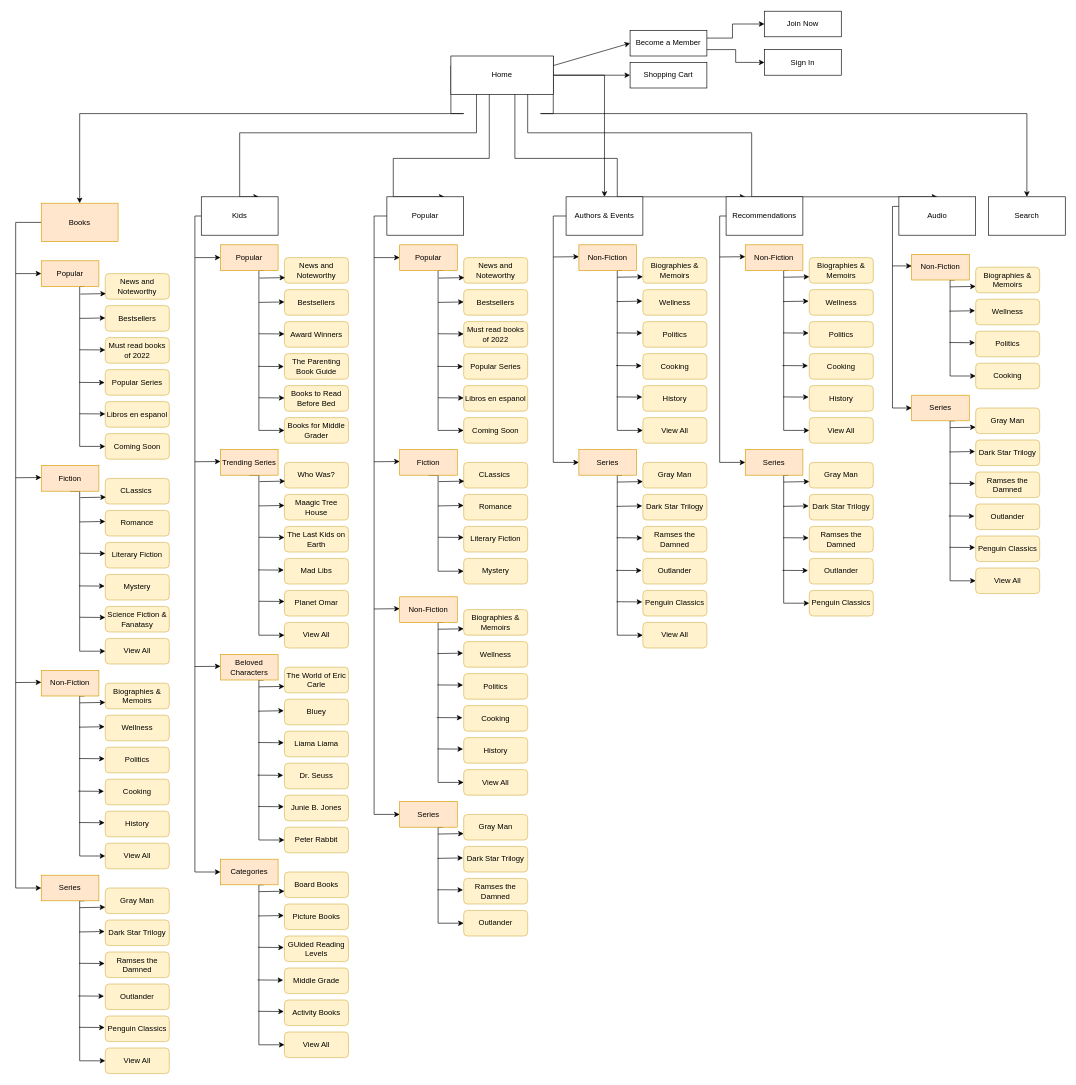
The draw.io diagram Untitled Diagram.drawio in arshdeepkaurrangi/Documentation, before the edit. Source tidied: cells renumbered, new cells numbered last; positions are measured from the earlier drawing's top-left corner, leaving out a move shared by most shapes. Both pictures are drawn from the tidied source at 64%, with x=0, y=0 at pixel (15, 11).
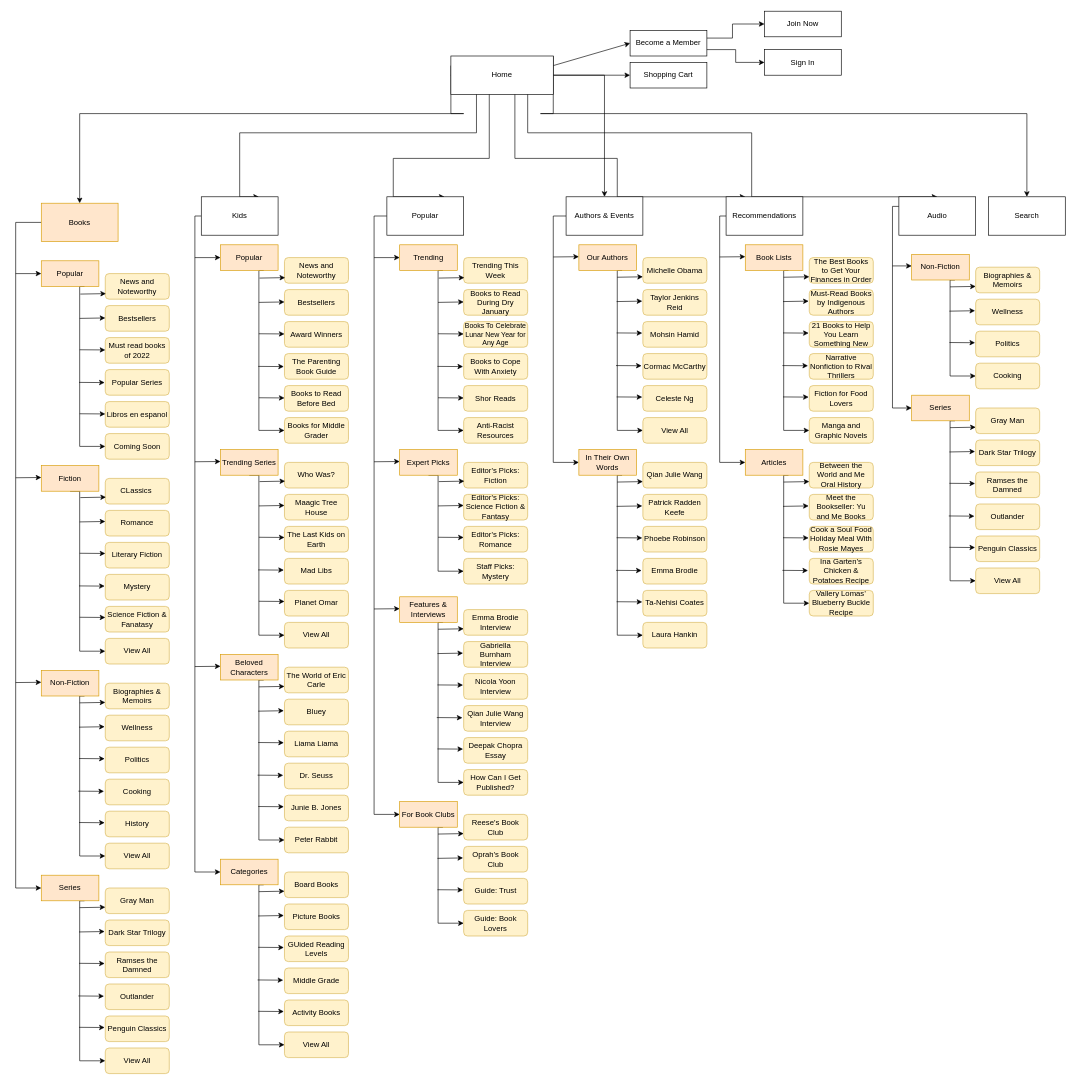
The same diagram, later.

What changed in the source:
```diff
@@
-    <mxCell id="142" value="Popular" style="rounded=0;whiteSpace=wrap;html=1;fillColor=#ffe6cc;strokeColor=#d79b00;" parent="1" vertex="1">
+    <mxCell id="142" value="Trending" style="rounded=0;whiteSpace=wrap;html=1;fillColor=#ffe6cc;strokeColor=#d79b00;" parent="1" vertex="1">
       <mxGeometry x="600" y="365" width="90" height="40" as="geometry" />
     </mxCell>
@@
-    <mxCell id="144" value="Fiction" style="rounded=0;whiteSpace=wrap;html=1;fillColor=#ffe6cc;strokeColor=#d79b00;" parent="1" vertex="1">
+    <mxCell id="144" value="Expert Picks" style="rounded=0;whiteSpace=wrap;html=1;fillColor=#ffe6cc;strokeColor=#d79b00;" parent="1" vertex="1">
       <mxGeometry x="600" y="685" width="90" height="40" as="geometry" />
     </mxCell>
@@
-    <mxCell id="146" value="Non-Fiction" style="rounded=0;whiteSpace=wrap;html=1;fillColor=#ffe6cc;strokeColor=#d79b00;" parent="1" vertex="1">
+    <mxCell id="146" value="&lt;div&gt;Features &amp;amp; Interviews&lt;/div&gt;" style="rounded=0;whiteSpace=wrap;html=1;fillColor=#ffe6cc;strokeColor=#d79b00;" parent="1" vertex="1">
       <mxGeometry x="600" y="915" width="90" height="40" as="geometry" />
     </mxCell>
-    <mxCell id="147" value="News and Noteworthy" style="rounded=1;whiteSpace=wrap;html=1;fillColor=#fff2cc;strokeColor=#d6b656;" parent="1" vertex="1">
+    <mxCell id="147" value="Trending This Week" style="rounded=1;whiteSpace=wrap;html=1;fillColor=#fff2cc;strokeColor=#d6b656;" parent="1" vertex="1">
       <mxGeometry x="700" y="385" width="100" height="40" as="geometry" />
     </mxCell>
-    <mxCell id="148" value="Bestsellers" style="rounded=1;whiteSpace=wrap;html=1;fillColor=#fff2cc;strokeColor=#d6b656;" parent="1" vertex="1">
+    <mxCell id="148" value="&lt;div&gt;Books to Read During Dry January&lt;/div&gt;" style="rounded=1;whiteSpace=wrap;html=1;fillColor=#fff2cc;strokeColor=#d6b656;" parent="1" vertex="1">
       <mxGeometry x="700" y="435" width="100" height="40" as="geometry" />
     </mxCell>
-    <mxCell id="149" value="Must read books of 2022" style="rounded=1;whiteSpace=wrap;html=1;fillColor=#fff2cc;strokeColor=#d6b656;" parent="1" vertex="1">
+    <mxCell id="149" value="&lt;div style=&quot;font-size: 11px;&quot;&gt;&lt;font style=&quot;font-size: 11px;&quot;&gt;Books To Celebrate Lunar New Year for Any Age&lt;/font&gt;&lt;/div&gt;" style="rounded=1;whiteSpace=wrap;html=1;fillColor=#fff2cc;strokeColor=#d6b656;" parent="1" vertex="1">
       <mxGeometry x="700" y="485" width="100" height="40" as="geometry" />
     </mxCell>
-    <mxCell id="150" value="Popular Series" style="rounded=1;whiteSpace=wrap;html=1;fillColor=#fff2cc;strokeColor=#d6b656;" parent="1" vertex="1">
+    <mxCell id="150" value="&lt;div&gt;Books to Cope With Anxiety&lt;/div&gt;" style="rounded=1;whiteSpace=wrap;html=1;fillColor=#fff2cc;strokeColor=#d6b656;" parent="1" vertex="1">
       <mxGeometry x="700" y="535" width="100" height="40" as="geometry" />
     </mxCell>
-    <mxCell id="151" value="Libros en espanol" style="rounded=1;whiteSpace=wrap;html=1;fillColor=#fff2cc;strokeColor=#d6b656;" parent="1" vertex="1">
+    <mxCell id="151" value="Shor Reads" style="rounded=1;whiteSpace=wrap;html=1;fillColor=#fff2cc;strokeColor=#d6b656;" parent="1" vertex="1">
       <mxGeometry x="700" y="585" width="100" height="40" as="geometry" />
     </mxCell>
-    <mxCell id="152" value="Coming Soon" style="rounded=1;whiteSpace=wrap;html=1;fillColor=#fff2cc;strokeColor=#d6b656;" parent="1" vertex="1">
+    <mxCell id="152" value="Anti-Racist Resources" style="rounded=1;whiteSpace=wrap;html=1;fillColor=#fff2cc;strokeColor=#d6b656;" parent="1" vertex="1">
       <mxGeometry x="700" y="635" width="100" height="40" as="geometry" />
     </mxCell>
-    <mxCell id="153" value="CLassics&lt;span style=&quot;white-space: pre;&quot;&gt; &lt;/span&gt;" style="rounded=1;whiteSpace=wrap;html=1;fillColor=#fff2cc;strokeColor=#d6b656;" parent="1" vertex="1">
+    <mxCell id="153" value="&lt;div&gt;Editor's Picks: Fiction&lt;/div&gt;" style="rounded=1;whiteSpace=wrap;html=1;fillColor=#fff2cc;strokeColor=#d6b656;" parent="1" vertex="1">
       <mxGeometry x="700" y="705" width="100" height="40" as="geometry" />
     </mxCell>
-    <mxCell id="154" value="Romance" style="rounded=1;whiteSpace=wrap;html=1;fillColor=#fff2cc;strokeColor=#d6b656;" parent="1" vertex="1">
+    <mxCell id="154" value="&lt;div&gt;Editor's Picks: Science Fiction &amp;amp; Fantasy&lt;/div&gt;" style="rounded=1;whiteSpace=wrap;html=1;fillColor=#fff2cc;strokeColor=#d6b656;" parent="1" vertex="1">
       <mxGeometry x="700" y="755" width="100" height="40" as="geometry" />
     </mxCell>
-    <mxCell id="155" value="Literary Fiction" style="rounded=1;whiteSpace=wrap;html=1;fillColor=#fff2cc;strokeColor=#d6b656;" parent="1" vertex="1">
+    <mxCell id="155" value="&lt;div&gt;Editor's Picks: Romance&lt;/div&gt;" style="rounded=1;whiteSpace=wrap;html=1;fillColor=#fff2cc;strokeColor=#d6b656;" parent="1" vertex="1">
       <mxGeometry x="700" y="805" width="100" height="40" as="geometry" />
     </mxCell>
-    <mxCell id="156" value="Mystery" style="rounded=1;whiteSpace=wrap;html=1;fillColor=#fff2cc;strokeColor=#d6b656;" parent="1" vertex="1">
+    <mxCell id="156" value="Staff Picks: Mystery" style="rounded=1;whiteSpace=wrap;html=1;fillColor=#fff2cc;strokeColor=#d6b656;" parent="1" vertex="1">
       <mxGeometry x="700" y="855" width="100" height="40" as="geometry" />
     </mxCell>
@@
-    <mxCell id="158" value="Series" style="rounded=0;whiteSpace=wrap;html=1;fillColor=#ffe6cc;strokeColor=#d79b00;" parent="1" vertex="1">
+    <mxCell id="158" value="For Book Clubs" style="rounded=0;whiteSpace=wrap;html=1;fillColor=#ffe6cc;strokeColor=#d79b00;" parent="1" vertex="1">
       <mxGeometry x="600" y="1235" width="90" height="40" as="geometry" />
     </mxCell>
-    <mxCell id="159" value="Gray Man" style="rounded=1;whiteSpace=wrap;html=1;fillColor=#fff2cc;strokeColor=#d6b656;" parent="1" vertex="1">
+    <mxCell id="159" value="&lt;div&gt;Reese's Book Club&lt;/div&gt;" style="rounded=1;whiteSpace=wrap;html=1;fillColor=#fff2cc;strokeColor=#d6b656;" parent="1" vertex="1">
       <mxGeometry x="700" y="1255" width="100" height="40" as="geometry" />
     </mxCell>
-    <mxCell id="160" value="Dark Star Trilogy" style="rounded=1;whiteSpace=wrap;html=1;fillColor=#fff2cc;strokeColor=#d6b656;" parent="1" vertex="1">
+    <mxCell id="160" value="&lt;div&gt;Oprah’s Book Club&lt;/div&gt;" style="rounded=1;whiteSpace=wrap;html=1;fillColor=#fff2cc;strokeColor=#d6b656;" parent="1" vertex="1">
       <mxGeometry x="700" y="1305" width="100" height="40" as="geometry" />
     </mxCell>
-    <mxCell id="161" value="Ramses the Damned" style="rounded=1;whiteSpace=wrap;html=1;fillColor=#fff2cc;strokeColor=#d6b656;" parent="1" vertex="1">
+    <mxCell id="161" value="&lt;div&gt;Guide: Trust&lt;/div&gt;" style="rounded=1;whiteSpace=wrap;html=1;fillColor=#fff2cc;strokeColor=#d6b656;" parent="1" vertex="1">
       <mxGeometry x="700" y="1355" width="100" height="40" as="geometry" />
     </mxCell>
-    <mxCell id="162" value="Outlander" style="rounded=1;whiteSpace=wrap;html=1;fillColor=#fff2cc;strokeColor=#d6b656;" parent="1" vertex="1">
+    <mxCell id="162" value="Guide: Book Lovers" style="rounded=1;whiteSpace=wrap;html=1;fillColor=#fff2cc;strokeColor=#d6b656;" parent="1" vertex="1">
       <mxGeometry x="700" y="1405" width="100" height="40" as="geometry" />
     </mxCell>
-    <mxCell id="163" value="Biographies &amp;amp; Memoirs" style="rounded=1;whiteSpace=wrap;html=1;fillColor=#fff2cc;strokeColor=#d6b656;" parent="1" vertex="1">
+    <mxCell id="163" value="&lt;div&gt;Emma Brodie Interview&lt;/div&gt;" style="rounded=1;whiteSpace=wrap;html=1;fillColor=#fff2cc;strokeColor=#d6b656;" parent="1" vertex="1">
       <mxGeometry x="700" y="935" width="100" height="40" as="geometry" />
     </mxCell>
-    <mxCell id="164" value="Wellness" style="rounded=1;whiteSpace=wrap;html=1;fillColor=#fff2cc;strokeColor=#d6b656;" parent="1" vertex="1">
+    <mxCell id="164" value="&lt;div&gt;Gabriella Burnham Interview&lt;/div&gt;" style="rounded=1;whiteSpace=wrap;html=1;fillColor=#fff2cc;strokeColor=#d6b656;" parent="1" vertex="1">
       <mxGeometry x="700" y="985" width="100" height="40" as="geometry" />
     </mxCell>
-    <mxCell id="165" value="Politics" style="rounded=1;whiteSpace=wrap;html=1;fillColor=#fff2cc;strokeColor=#d6b656;" parent="1" vertex="1">
+    <mxCell id="165" value="&lt;div&gt;Nicola Yoon Interview&lt;/div&gt;" style="rounded=1;whiteSpace=wrap;html=1;fillColor=#fff2cc;strokeColor=#d6b656;" parent="1" vertex="1">
       <mxGeometry x="700" y="1035" width="100" height="40" as="geometry" />
     </mxCell>
-    <mxCell id="166" value="Cooking" style="rounded=1;whiteSpace=wrap;html=1;fillColor=#fff2cc;strokeColor=#d6b656;" parent="1" vertex="1">
+    <mxCell id="166" value="&lt;div&gt;Qian Julie Wang Interview&lt;/div&gt;" style="rounded=1;whiteSpace=wrap;html=1;fillColor=#fff2cc;strokeColor=#d6b656;" parent="1" vertex="1">
       <mxGeometry x="700" y="1085" width="100" height="40" as="geometry" />
     </mxCell>
-    <mxCell id="167" value="History" style="rounded=1;whiteSpace=wrap;html=1;fillColor=#fff2cc;strokeColor=#d6b656;" parent="1" vertex="1">
+    <mxCell id="167" value="&lt;div&gt;Deepak Chopra Essay&lt;/div&gt;" style="rounded=1;whiteSpace=wrap;html=1;fillColor=#fff2cc;strokeColor=#d6b656;" parent="1" vertex="1">
       <mxGeometry x="700" y="1135" width="100" height="40" as="geometry" />
     </mxCell>
-    <mxCell id="168" value="View All" style="rounded=1;whiteSpace=wrap;html=1;fillColor=#fff2cc;strokeColor=#d6b656;" parent="1" vertex="1">
+    <mxCell id="168" value="How Can I Get Published?" style="rounded=1;whiteSpace=wrap;html=1;fillColor=#fff2cc;strokeColor=#d6b656;" parent="1" vertex="1">
       <mxGeometry x="700" y="1185" width="100" height="40" as="geometry" />
     </mxCell>
@@
-    <mxCell id="189" value="Non-Fiction" style="rounded=0;whiteSpace=wrap;html=1;fillColor=#ffe6cc;strokeColor=#d79b00;" parent="1" vertex="1">
+    <mxCell id="189" value="Our Authors" style="rounded=0;whiteSpace=wrap;html=1;fillColor=#ffe6cc;strokeColor=#d79b00;" parent="1" vertex="1">
       <mxGeometry x="880" y="365" width="90" height="40" as="geometry" />
     </mxCell>
@@
-    <mxCell id="191" value="Series" style="rounded=0;whiteSpace=wrap;html=1;fillColor=#ffe6cc;strokeColor=#d79b00;" parent="1" vertex="1">
+    <mxCell id="191" value="In Their Own Words" style="rounded=0;whiteSpace=wrap;html=1;fillColor=#ffe6cc;strokeColor=#d79b00;" parent="1" vertex="1">
       <mxGeometry x="880" y="685" width="90" height="40" as="geometry" />
     </mxCell>
-    <mxCell id="192" value="Gray Man" style="rounded=1;whiteSpace=wrap;html=1;fillColor=#fff2cc;strokeColor=#d6b656;" parent="1" vertex="1">
+    <mxCell id="192" value="&lt;div&gt;Qian Julie Wang&lt;/div&gt;" style="rounded=1;whiteSpace=wrap;html=1;fillColor=#fff2cc;strokeColor=#d6b656;" parent="1" vertex="1">
       <mxGeometry x="980" y="705" width="100" height="40" as="geometry" />
     </mxCell>
-    <mxCell id="193" value="Dark Star Trilogy" style="rounded=1;whiteSpace=wrap;html=1;fillColor=#fff2cc;strokeColor=#d6b656;" parent="1" vertex="1">
+    <mxCell id="193" value="&lt;div&gt;Patrick Radden Keefe&lt;/div&gt;" style="rounded=1;whiteSpace=wrap;html=1;fillColor=#fff2cc;strokeColor=#d6b656;" parent="1" vertex="1">
       <mxGeometry x="980" y="755" width="100" height="40" as="geometry" />
     </mxCell>
-    <mxCell id="194" value="Ramses the Damned" style="rounded=1;whiteSpace=wrap;html=1;fillColor=#fff2cc;strokeColor=#d6b656;" parent="1" vertex="1">
+    <mxCell id="194" value="&lt;div&gt;Phoebe Robinson&lt;/div&gt;" style="rounded=1;whiteSpace=wrap;html=1;fillColor=#fff2cc;strokeColor=#d6b656;" parent="1" vertex="1">
       <mxGeometry x="980" y="805" width="100" height="40" as="geometry" />
     </mxCell>
-    <mxCell id="195" value="Outlander" style="rounded=1;whiteSpace=wrap;html=1;fillColor=#fff2cc;strokeColor=#d6b656;" parent="1" vertex="1">
+    <mxCell id="195" value="&lt;div&gt;Emma Brodie&lt;/div&gt;" style="rounded=1;whiteSpace=wrap;html=1;fillColor=#fff2cc;strokeColor=#d6b656;" parent="1" vertex="1">
       <mxGeometry x="980" y="855" width="100" height="40" as="geometry" />
     </mxCell>
-    <mxCell id="196" value="Penguin Classics" style="rounded=1;whiteSpace=wrap;html=1;fillColor=#fff2cc;strokeColor=#d6b656;" parent="1" vertex="1">
+    <mxCell id="196" value="&lt;div&gt;Ta-Nehisi Coates&lt;/div&gt;" style="rounded=1;whiteSpace=wrap;html=1;fillColor=#fff2cc;strokeColor=#d6b656;" parent="1" vertex="1">
       <mxGeometry x="980" y="905" width="100" height="40" as="geometry" />
     </mxCell>
-    <mxCell id="197" value="View All" style="rounded=1;whiteSpace=wrap;html=1;fillColor=#fff2cc;strokeColor=#d6b656;" parent="1" vertex="1">
+    <mxCell id="197" value="Laura Hankin" style="rounded=1;whiteSpace=wrap;html=1;fillColor=#fff2cc;strokeColor=#d6b656;" parent="1" vertex="1">
       <mxGeometry x="980" y="955" width="100" height="40" as="geometry" />
     </mxCell>
-    <mxCell id="198" value="Biographies &amp;amp; Memoirs" style="rounded=1;whiteSpace=wrap;html=1;fillColor=#fff2cc;strokeColor=#d6b656;" parent="1" vertex="1">
+    <mxCell id="198" value="&lt;div&gt;Michelle Obama&lt;/div&gt;" style="rounded=1;whiteSpace=wrap;html=1;fillColor=#fff2cc;strokeColor=#d6b656;" parent="1" vertex="1">
       <mxGeometry x="980" y="385" width="100" height="40" as="geometry" />
     </mxCell>
-    <mxCell id="199" value="Wellness" style="rounded=1;whiteSpace=wrap;html=1;fillColor=#fff2cc;strokeColor=#d6b656;" parent="1" vertex="1">
+    <mxCell id="199" value="&lt;div&gt;Taylor Jenkins Reid&lt;/div&gt;" style="rounded=1;whiteSpace=wrap;html=1;fillColor=#fff2cc;strokeColor=#d6b656;" parent="1" vertex="1">
       <mxGeometry x="980" y="435" width="100" height="40" as="geometry" />
     </mxCell>
-    <mxCell id="200" value="Politics" style="rounded=1;whiteSpace=wrap;html=1;fillColor=#fff2cc;strokeColor=#d6b656;" parent="1" vertex="1">
+    <mxCell id="200" value="&lt;div&gt;Mohsin Hamid&lt;/div&gt;" style="rounded=1;whiteSpace=wrap;html=1;fillColor=#fff2cc;strokeColor=#d6b656;" parent="1" vertex="1">
       <mxGeometry x="980" y="485" width="100" height="40" as="geometry" />
     </mxCell>
-    <mxCell id="201" value="Cooking" style="rounded=1;whiteSpace=wrap;html=1;fillColor=#fff2cc;strokeColor=#d6b656;" parent="1" vertex="1">
+    <mxCell id="201" value="&lt;div&gt;Cormac McCarthy&lt;/div&gt;" style="rounded=1;whiteSpace=wrap;html=1;fillColor=#fff2cc;strokeColor=#d6b656;" parent="1" vertex="1">
       <mxGeometry x="980" y="535" width="100" height="40" as="geometry" />
     </mxCell>
-    <mxCell id="202" value="History" style="rounded=1;whiteSpace=wrap;html=1;fillColor=#fff2cc;strokeColor=#d6b656;" parent="1" vertex="1">
+    <mxCell id="202" value="&lt;div&gt;Celeste Ng&lt;/div&gt;" style="rounded=1;whiteSpace=wrap;html=1;fillColor=#fff2cc;strokeColor=#d6b656;" parent="1" vertex="1">
       <mxGeometry x="980" y="585" width="100" height="40" as="geometry" />
     </mxCell>
@@
-    <mxCell id="216" value="Non-Fiction" style="rounded=0;whiteSpace=wrap;html=1;fillColor=#ffe6cc;strokeColor=#d79b00;" parent="1" vertex="1">
+    <mxCell id="216" value="Book Lists" style="rounded=0;whiteSpace=wrap;html=1;fillColor=#ffe6cc;strokeColor=#d79b00;" parent="1" vertex="1">
       <mxGeometry x="1140" y="365" width="90" height="40" as="geometry" />
     </mxCell>
@@
-    <mxCell id="218" value="Series" style="rounded=0;whiteSpace=wrap;html=1;fillColor=#ffe6cc;strokeColor=#d79b00;" parent="1" vertex="1">
+    <mxCell id="218" value="Articles" style="rounded=0;whiteSpace=wrap;html=1;fillColor=#ffe6cc;strokeColor=#d79b00;" parent="1" vertex="1">
       <mxGeometry x="1140" y="685" width="90" height="40" as="geometry" />
     </mxCell>
-    <mxCell id="219" value="Gray Man" style="rounded=1;whiteSpace=wrap;html=1;fillColor=#fff2cc;strokeColor=#d6b656;" parent="1" vertex="1">
+    <mxCell id="219" value="&lt;div&gt;Between the World and Me Oral History&lt;/div&gt;" style="rounded=1;whiteSpace=wrap;html=1;fillColor=#fff2cc;strokeColor=#d6b656;" parent="1" vertex="1">
       <mxGeometry x="1240" y="705" width="100" height="40" as="geometry" />
     </mxCell>
-    <mxCell id="220" value="Dark Star Trilogy" style="rounded=1;whiteSpace=wrap;html=1;fillColor=#fff2cc;strokeColor=#d6b656;" parent="1" vertex="1">
+    <mxCell id="220" value="&lt;div&gt;Meet the Bookseller: Yu and Me Books&lt;/div&gt;" style="rounded=1;whiteSpace=wrap;html=1;fillColor=#fff2cc;strokeColor=#d6b656;" parent="1" vertex="1">
       <mxGeometry x="1240" y="755" width="100" height="40" as="geometry" />
     </mxCell>
-    <mxCell id="221" value="Ramses the Damned" style="rounded=1;whiteSpace=wrap;html=1;fillColor=#fff2cc;strokeColor=#d6b656;" parent="1" vertex="1">
+    <mxCell id="221" value="&lt;div&gt;Cook a Soul Food Holiday Meal With Rosie Mayes&lt;/div&gt;" style="rounded=1;whiteSpace=wrap;html=1;fillColor=#fff2cc;strokeColor=#d6b656;" parent="1" vertex="1">
       <mxGeometry x="1240" y="805" width="100" height="40" as="geometry" />
     </mxCell>
-    <mxCell id="222" value="Outlander" style="rounded=1;whiteSpace=wrap;html=1;fillColor=#fff2cc;strokeColor=#d6b656;" parent="1" vertex="1">
+    <mxCell id="222" value="&lt;div&gt;Ina Garten’s Chicken &amp;amp; Potatoes Recipe&lt;/div&gt;" style="rounded=1;whiteSpace=wrap;html=1;fillColor=#fff2cc;strokeColor=#d6b656;" parent="1" vertex="1">
       <mxGeometry x="1240" y="855" width="100" height="40" as="geometry" />
     </mxCell>
-    <mxCell id="223" value="Penguin Classics" style="rounded=1;whiteSpace=wrap;html=1;fillColor=#fff2cc;strokeColor=#d6b656;" parent="1" vertex="1">
+    <mxCell id="223" value="Vallery Lomas’ Blueberry Buckle Recipe" style="rounded=1;whiteSpace=wrap;html=1;fillColor=#fff2cc;strokeColor=#d6b656;" parent="1" vertex="1">
       <mxGeometry x="1240" y="905" width="100" height="40" as="geometry" />
     </mxCell>
-    <mxCell id="224" value="Biographies &amp;amp; Memoirs" style="rounded=1;whiteSpace=wrap;html=1;fillColor=#fff2cc;strokeColor=#d6b656;" parent="1" vertex="1">
+    <mxCell id="224" value="&lt;div&gt;The Best Books to Get Your Finances in Order&lt;/div&gt;" style="rounded=1;whiteSpace=wrap;html=1;fillColor=#fff2cc;strokeColor=#d6b656;" parent="1" vertex="1">
       <mxGeometry x="1240" y="385" width="100" height="40" as="geometry" />
     </mxCell>
-    <mxCell id="225" value="Wellness" style="rounded=1;whiteSpace=wrap;html=1;fillColor=#fff2cc;strokeColor=#d6b656;" parent="1" vertex="1">
+    <mxCell id="225" value="&lt;div&gt;Must-Read Books by Indigenous Authors&lt;/div&gt;" style="rounded=1;whiteSpace=wrap;html=1;fillColor=#fff2cc;strokeColor=#d6b656;" parent="1" vertex="1">
       <mxGeometry x="1240" y="435" width="100" height="40" as="geometry" />
     </mxCell>
-    <mxCell id="226" value="Politics" style="rounded=1;whiteSpace=wrap;html=1;fillColor=#fff2cc;strokeColor=#d6b656;" parent="1" vertex="1">
+    <mxCell id="226" value="&lt;div&gt;21 Books to Help You Learn Something New&lt;/div&gt;" style="rounded=1;whiteSpace=wrap;html=1;fillColor=#fff2cc;strokeColor=#d6b656;" parent="1" vertex="1">
       <mxGeometry x="1240" y="485" width="100" height="40" as="geometry" />
     </mxCell>
-    <mxCell id="227" value="Cooking" style="rounded=1;whiteSpace=wrap;html=1;fillColor=#fff2cc;strokeColor=#d6b656;" parent="1" vertex="1">
+    <mxCell id="227" value="&lt;div&gt;Narrative Nonfiction to Rival Thrillers&lt;/div&gt;" style="rounded=1;whiteSpace=wrap;html=1;fillColor=#fff2cc;strokeColor=#d6b656;" parent="1" vertex="1">
       <mxGeometry x="1240" y="535" width="100" height="40" as="geometry" />
     </mxCell>
-    <mxCell id="228" value="History" style="rounded=1;whiteSpace=wrap;html=1;fillColor=#fff2cc;strokeColor=#d6b656;" parent="1" vertex="1">
+    <mxCell id="228" value="&lt;div&gt;Fiction for Food Lovers&lt;/div&gt;" style="rounded=1;whiteSpace=wrap;html=1;fillColor=#fff2cc;strokeColor=#d6b656;" parent="1" vertex="1">
       <mxGeometry x="1240" y="585" width="100" height="40" as="geometry" />
     </mxCell>
-    <mxCell id="229" value="View All" style="rounded=1;whiteSpace=wrap;html=1;fillColor=#fff2cc;strokeColor=#d6b656;" parent="1" vertex="1">
+    <mxCell id="229" value="&lt;div&gt;Manga and Graphic Novels&lt;/div&gt;" style="rounded=1;whiteSpace=wrap;html=1;fillColor=#fff2cc;strokeColor=#d6b656;" parent="1" vertex="1">
       <mxGeometry x="1240" y="635" width="100" height="40" as="geometry" />
     </mxCell>
```
